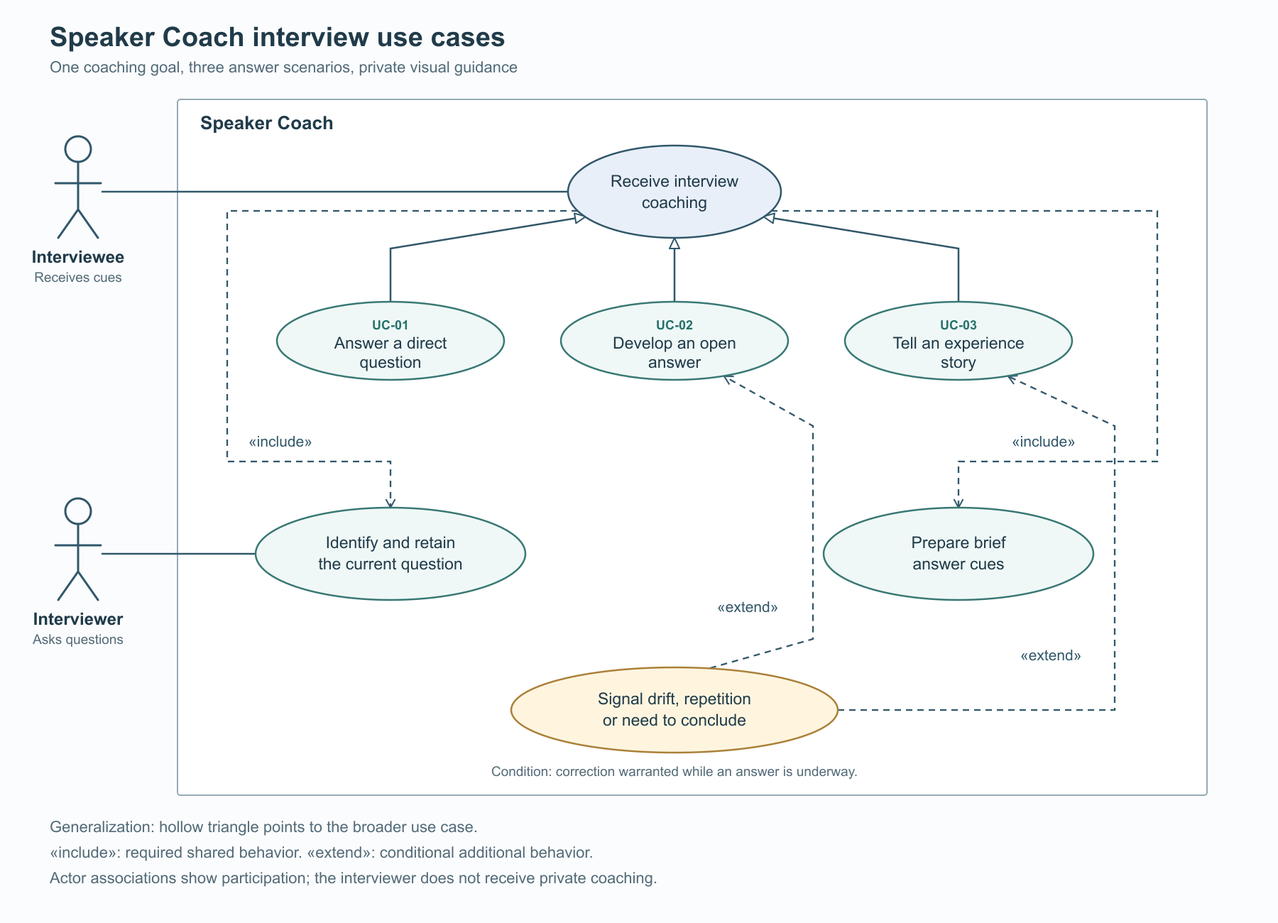
This is docs/asdg/03-system-model-and-use-cases/images/system-use-cases.png from Elustondo-ai/alice.good.meetings, a PlantUML export, as it was before one commit. Its source is kept beside it as docs/asdg/03-system-model-and-use-cases/system-use-cases.puml.
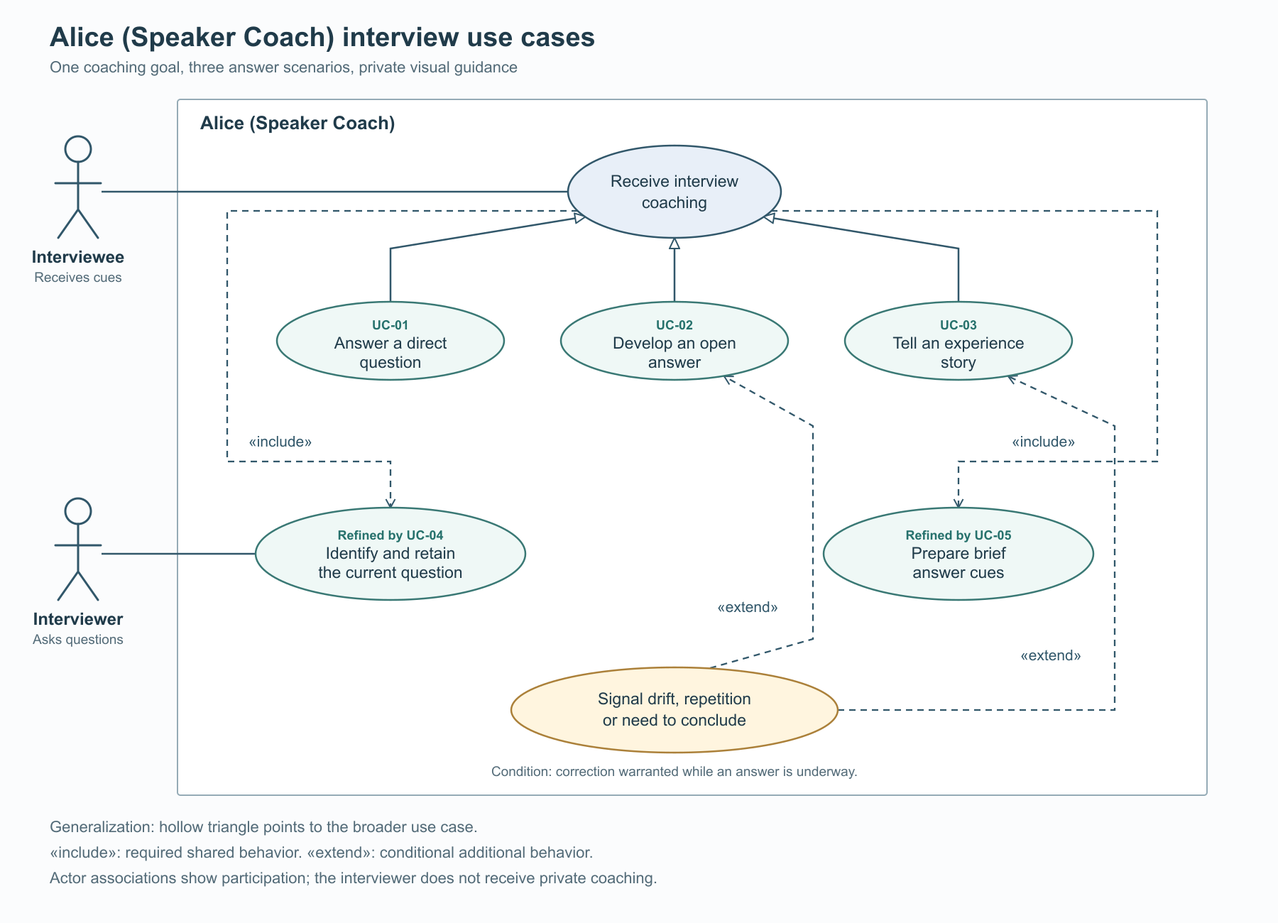
Later version of the same file.

The edit, as a diff of the source:
```diff
@@ -1,5 +1,5 @@
 @startuml
-title Speaker Coach interview use cases
+title Alice (Alice.Good.Meetings) interview use cases
 left to right direction
 skinparam shadowing false
 skinparam backgroundColor #FBFCFD
@@ -8,13 +8,13 @@
 skinparam ArrowColor #34516A
 actor Interviewee as User
 actor Interviewer
-rectangle "Speaker Coach" {
+rectangle "Alice (Alice.Good.Meetings)" {
   usecase "Receive interview\ncoaching" as Coaching
   usecase "UC-01\nAnswer a direct\nquestion" as Direct
   usecase "UC-02\nDevelop an open\nanswer" as Open
   usecase "UC-03\nTell an experience\nstory" as Story
-  usecase "Identify and retain\nthe current question" as Question
-  usecase "Prepare brief\nanswer cues" as Cues
+  usecase "Refined by UC-04\nIdentify and retain\nthe current question" as Question
+  usecase "Refined by UC-05\nPrepare brief\nanswer cues" as Cues
   usecase "Signal drift, repetition\nor need to conclude" as Signal
   Direct -|> Coaching
   Open -|> Coaching
```
